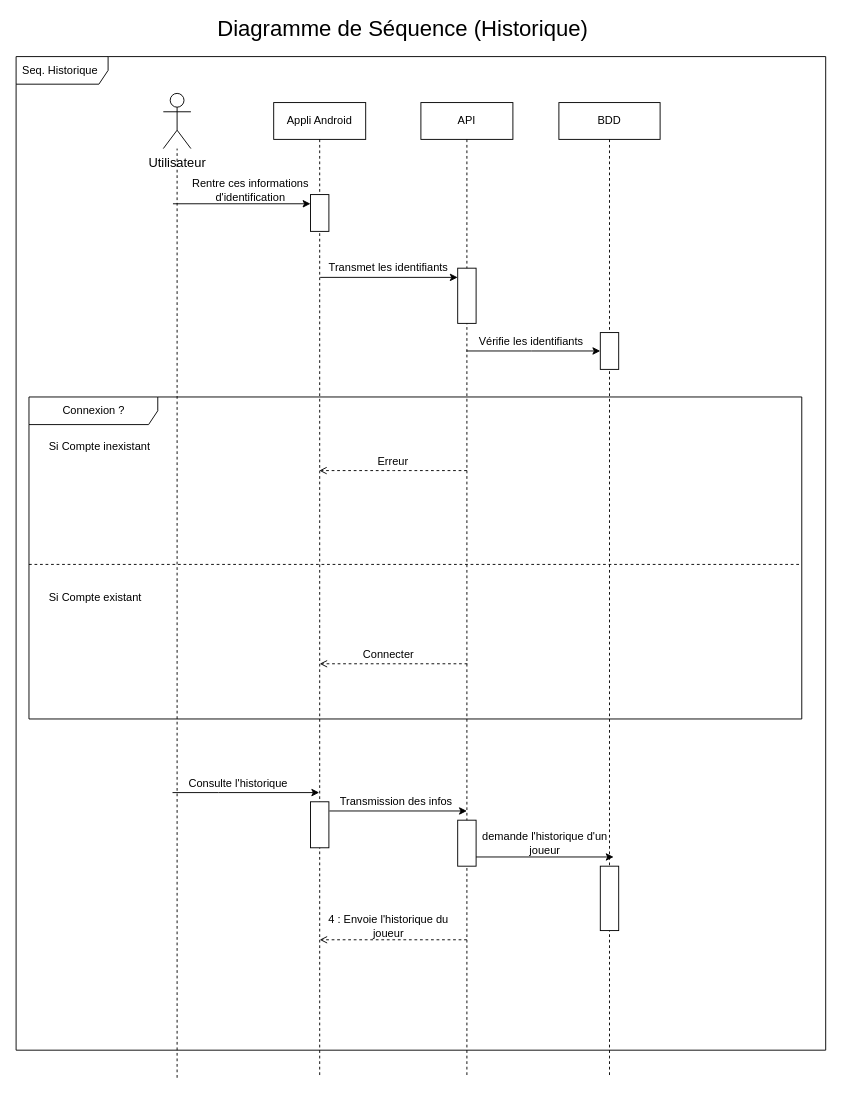
The draw.io diagram Diagramme/Diagramme de Séquence (Historique).drawio in Hazim-AS/SensorPong, before the edit. Source tidied: cells renumbered, new cells numbered last; positions are measured from the earlier drawing's top-left corner, leaving out a move shared by most shapes. Both pictures are drawn from the tidied source at 92%, with x=0, y=0 at pixel (16, 19).
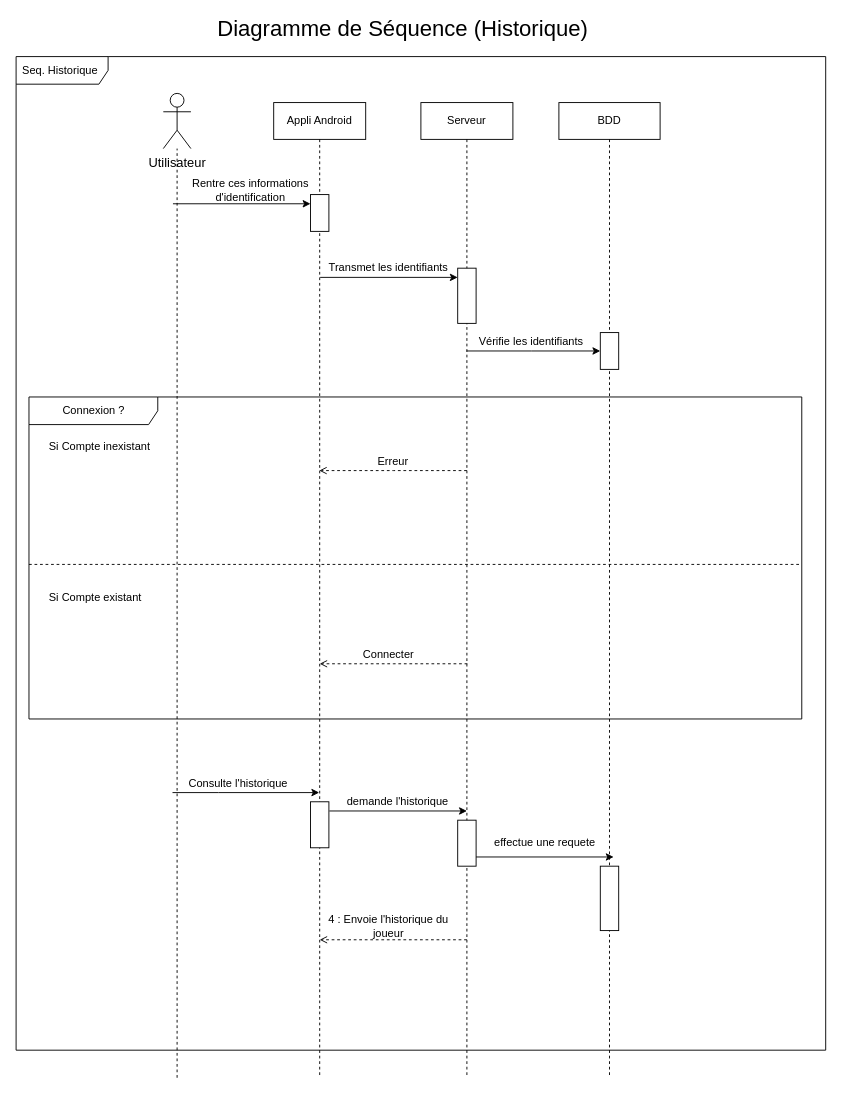
Above is the later version.

The edit, as a diff of the source:
```diff
@@
-    <mxCell id="7" value="API" style="shape=umlLifeline;perimeter=lifelinePerimeter;whiteSpace=wrap;html=1;outlineConnect=0;" parent="1" vertex="1">
+    <mxCell id="7" value="Serveur" style="shape=umlLifeline;perimeter=lifelinePerimeter;whiteSpace=wrap;html=1;outlineConnect=0;" parent="1" vertex="1">
       <mxGeometry x="440" y="90" width="100" height="1060" as="geometry" />
     </mxCell>
@@
-    <mxCell id="19" value="Transmission des infos&amp;nbsp;" style="text;html=1;strokeColor=none;fillColor=none;align=center;verticalAlign=middle;whiteSpace=wrap;rounded=0;" parent="1" vertex="1">
+    <mxCell id="19" value="demande l'historique" style="text;html=1;strokeColor=none;fillColor=none;align=center;verticalAlign=middle;whiteSpace=wrap;rounded=0;" parent="1" vertex="1">
       <mxGeometry x="340" y="840" width="150" height="20" as="geometry" />
     </mxCell>
-    <mxCell id="20" value="demande l'historique d'un joueur" style="text;html=1;strokeColor=none;fillColor=none;align=center;verticalAlign=middle;whiteSpace=wrap;rounded=0;" parent="1" vertex="1">
+    <mxCell id="20" value="effectue une requete" style="text;html=1;strokeColor=none;fillColor=none;align=center;verticalAlign=middle;whiteSpace=wrap;rounded=0;" parent="1" vertex="1">
       <mxGeometry x="500" y="880" width="150" height="30" as="geometry" />
     </mxCell>
```
